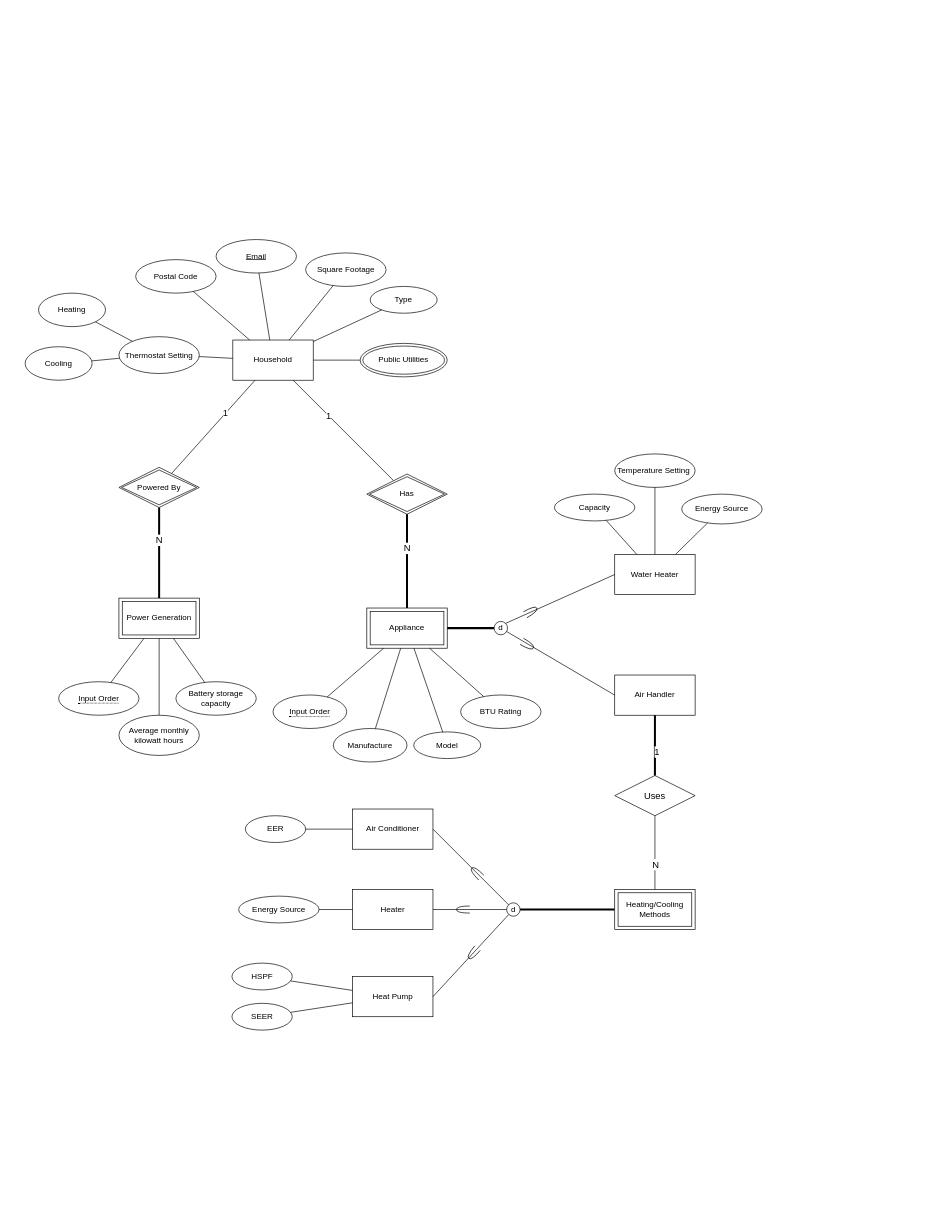
The draw.io diagram EER.drawio in isteven-shu/image-library, before the edit. Source tidied: cells renumbered, new cells numbered last; positions are measured from the earlier drawing's top-left corner, leaving out a move shared by most shapes. Both pictures are drawn from the tidied source at 67%, with x=0, y=0 at pixel (25, 239).
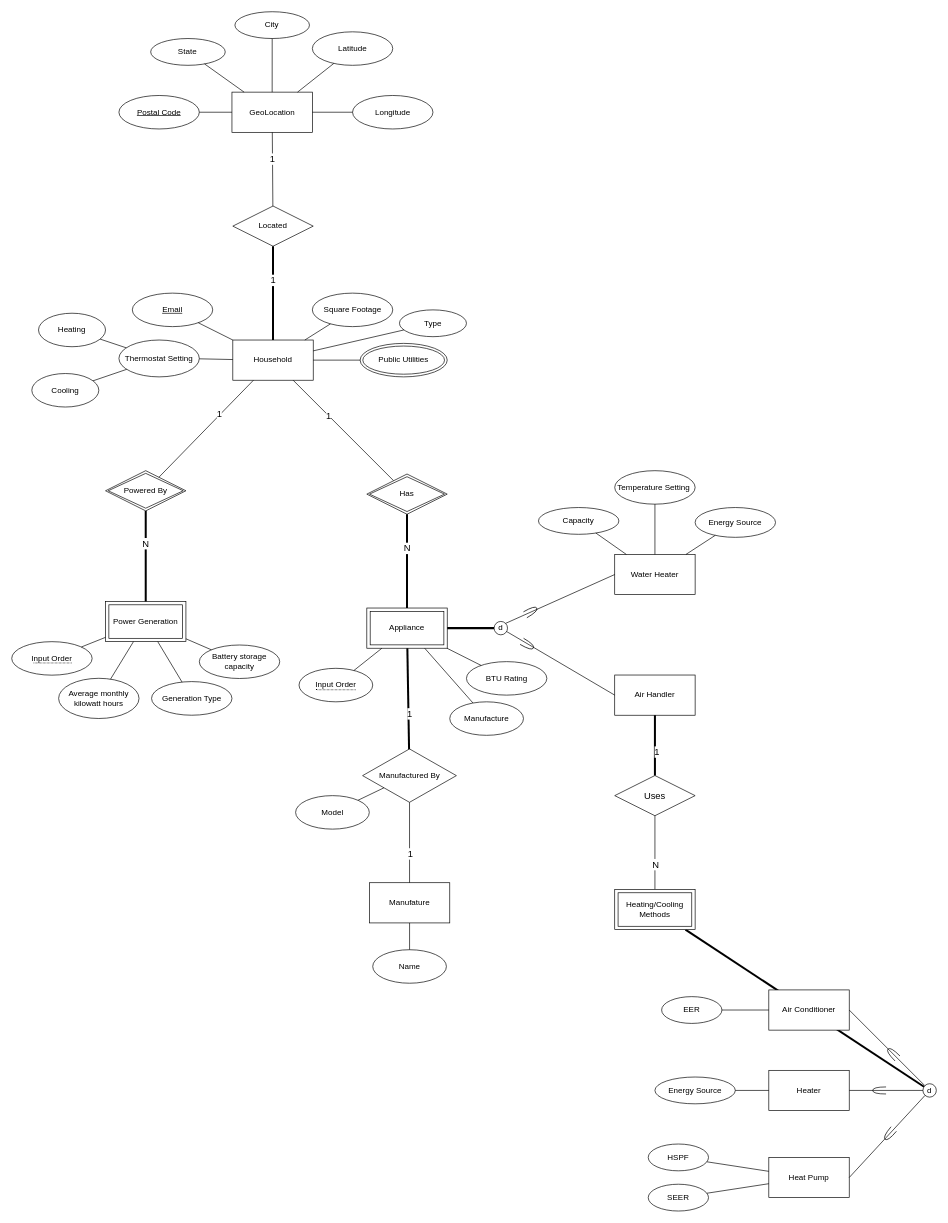
The same diagram, later.

The change refers to these unchanged cells:
```xml
<mxCell id="2" value="Household" style="rounded=0;whiteSpace=wrap;html=1;" parent="1" vertex="1">
  <mxGeometry x="310" y="150" width="120" height="60" as="geometry" />
</mxCell>
<mxCell id="23" value="Appliance" style="shape=ext;margin=3;double=1;whiteSpace=wrap;html=1;align=center;" parent="1" vertex="1">
  <mxGeometry x="510" y="550" width="120" height="60" as="geometry" />
</mxCell>
```

Diff of the diagram source:
```diff
@@
     <mxCell id="3" value="&lt;u&gt;Email&lt;/u&gt;" style="ellipse;whiteSpace=wrap;html=1;" parent="1" vertex="1">
-      <mxGeometry x="285" width="120" height="50" as="geometry" />
+      <mxGeometry x="160" y="80" width="120" height="50" as="geometry" />
     </mxCell>
     <mxCell id="4" value="Square Footage" style="ellipse;whiteSpace=wrap;html=1;" parent="1" vertex="1">
-      <mxGeometry x="418.7" y="20" width="120" height="50" as="geometry" />
+      <mxGeometry x="428.7" y="80" width="120" height="50" as="geometry" />
     </mxCell>
     <mxCell id="5" value="Type" style="ellipse;whiteSpace=wrap;html=1;" parent="1" vertex="1">
-      <mxGeometry x="515" y="70" width="100" height="40" as="geometry" />
+      <mxGeometry x="558.7" y="105" width="100" height="40" as="geometry" />
     </mxCell>
@@
     <mxCell id="7" value="Thermostat Setting" style="ellipse;whiteSpace=wrap;html=1;" parent="1" vertex="1">
-      <mxGeometry x="140" y="145" width="120" height="55" as="geometry" />
+      <mxGeometry x="140" y="150" width="120" height="55" as="geometry" />
     </mxCell>
     <mxCell id="8" value="Heating" style="ellipse;whiteSpace=wrap;html=1;" parent="1" vertex="1">
-      <mxGeometry x="20" y="80" width="100" height="50" as="geometry" />
+      <mxGeometry x="20" y="110" width="100" height="50" as="geometry" />
     </mxCell>
     <mxCell id="9" value="Cooling" style="ellipse;whiteSpace=wrap;html=1;" parent="1" vertex="1">
-      <mxGeometry y="160" width="100" height="50" as="geometry" />
+      <mxGeometry x="10" y="200" width="100" height="50" as="geometry" />
     </mxCell>
-    <mxCell id="10" value="Postal Code" style="ellipse;whiteSpace=wrap;html=1;" parent="1" vertex="1">
-      <mxGeometry x="165" y="30" width="120" height="50" as="geometry" />
-    </mxCell>
@@
-    <mxCell id="14" style="endArrow=none;html=1;rounded=0;" parent="1" edge="1" source="10" target="2">
-      <mxGeometry relative="1" as="geometry" />
-    </mxCell>
@@
     <mxCell id="24" value="&lt;span style=&quot;border-bottom: 1px dotted&quot;&gt;Input Order&lt;/span&gt;" style="ellipse;whiteSpace=wrap;html=1;align=center;" parent="1" vertex="1">
-      <mxGeometry x="370" y="679.8" width="110" height="50" as="geometry" />
+      <mxGeometry x="408.8" y="640" width="110" height="50" as="geometry" />
     </mxCell>
@@
     <mxCell id="28" value="Manufacture" style="ellipse;whiteSpace=wrap;html=1;" parent="1" vertex="1">
-      <mxGeometry x="460" y="729.8" width="110" height="50" as="geometry" />
+      <mxGeometry x="633.8" y="690" width="110" height="50" as="geometry" />
     </mxCell>
@@
-    <mxCell id="30" value="Model" style="ellipse;whiteSpace=wrap;html=1;" parent="1" vertex="1">
-      <mxGeometry x="580" y="734.9" width="100" height="39.8" as="geometry" />
-    </mxCell>
-    <mxCell id="31" style="endArrow=none;html=1;rounded=0;" parent="1" edge="1" source="30" target="23">
-      <mxGeometry relative="1" as="geometry" />
-    </mxCell>
     <mxCell id="32" value="BTU Rating" style="ellipse;whiteSpace=wrap;html=1;" parent="1" vertex="1">
-      <mxGeometry x="650" y="679.8" width="120" height="50" as="geometry" />
+      <mxGeometry x="658.7" y="630" width="120" height="50" as="geometry" />
     </mxCell>
@@
     <mxCell id="38" value="Capacity" style="ellipse;whiteSpace=wrap;html=1;" parent="1" vertex="1">
-      <mxGeometry x="790" y="380" width="120" height="40" as="geometry" />
+      <mxGeometry x="766.2" y="400" width="120" height="40" as="geometry" />
     </mxCell>
     <mxCell id="39" value="Temperature Setting&amp;nbsp;" style="ellipse;whiteSpace=wrap;html=1;" parent="1" vertex="1">
-      <mxGeometry x="880" y="320" width="120" height="50" as="geometry" />
+      <mxGeometry x="880" y="345" width="120" height="50" as="geometry" />
     </mxCell>
     <mxCell id="40" value="Energy Source" style="ellipse;whiteSpace=wrap;html=1;" parent="1" vertex="1">
-      <mxGeometry x="980" y="380" width="120" height="44.5" as="geometry" />
+      <mxGeometry x="1000" y="400" width="120" height="44.5" as="geometry" />
     </mxCell>
@@
     <mxCell id="56" value="d" style="ellipse;whiteSpace=wrap;html=1;" parent="1" vertex="1">
-      <mxGeometry x="718.7" y="990" width="20" height="20" as="geometry" />
+      <mxGeometry x="1340" y="1260" width="20" height="20" as="geometry" />
     </mxCell>
     <mxCell id="57" value="Air Conditioner" style="rounded=0;whiteSpace=wrap;html=1;" parent="1" vertex="1">
-      <mxGeometry x="488.7" y="850" width="120" height="60" as="geometry" />
+      <mxGeometry x="1110" y="1120" width="120" height="60" as="geometry" />
     </mxCell>
     <mxCell id="58" value="Heater" style="rounded=0;whiteSpace=wrap;html=1;" parent="1" vertex="1">
-      <mxGeometry x="488.7" y="970" width="120" height="60" as="geometry" />
+      <mxGeometry x="1110" y="1240" width="120" height="60" as="geometry" />
     </mxCell>
     <mxCell id="59" value="Heat Pump" style="rounded=0;whiteSpace=wrap;html=1;" parent="1" vertex="1">
-      <mxGeometry x="488.7" y="1100" width="120" height="60" as="geometry" />
+      <mxGeometry x="1110" y="1370" width="120" height="60" as="geometry" />
     </mxCell>
@@
     <mxCell id="63" style="shape=requiredInterface;html=1;verticalLabelPosition=bottom;sketch=0;labelBackgroundColor=#FFFFFF;fontSize=14;rotation=-135;" parent="1" vertex="1">
-      <mxGeometry x="663.7" y="940" width="20" height="10.5" as="geometry" />
+      <mxGeometry x="1285" y="1210" width="20" height="10.5" as="geometry" />
     </mxCell>
     <mxCell id="64" style="shape=requiredInterface;html=1;verticalLabelPosition=bottom;sketch=0;labelBackgroundColor=#FFFFFF;fontSize=14;rotation=-180;" parent="1" vertex="1">
-      <mxGeometry x="643.7" y="994.8" width="20" height="10.5" as="geometry" />
+      <mxGeometry x="1265" y="1264.8" width="20" height="10.5" as="geometry" />
     </mxCell>
     <mxCell id="65" style="shape=requiredInterface;html=1;verticalLabelPosition=bottom;sketch=0;labelBackgroundColor=#FFFFFF;fontSize=14;rotation=-230;" parent="1" vertex="1">
-      <mxGeometry x="658.7" y="1060" width="20" height="10.5" as="geometry" />
+      <mxGeometry x="1280" y="1330" width="20" height="10.5" as="geometry" />
     </mxCell>
     <mxCell id="66" value="EER" style="ellipse;whiteSpace=wrap;html=1;" parent="1" vertex="1">
-      <mxGeometry x="328.7" y="860" width="90" height="40" as="geometry" />
+      <mxGeometry x="950" y="1130" width="90" height="40" as="geometry" />
     </mxCell>
@@
     <mxCell id="68" value="Energy Source" style="ellipse;whiteSpace=wrap;html=1;" parent="1" vertex="1">
-      <mxGeometry x="318.7" y="980" width="120" height="40" as="geometry" />
+      <mxGeometry x="940" y="1250" width="120" height="40" as="geometry" />
     </mxCell>
@@
     <mxCell id="70" value="SEER" style="ellipse;whiteSpace=wrap;html=1;" parent="1" vertex="1">
-      <mxGeometry x="308.7" y="1140" width="90" height="40" as="geometry" />
+      <mxGeometry x="930" y="1410" width="90" height="40" as="geometry" />
     </mxCell>
     <mxCell id="71" value="HSPF" style="ellipse;whiteSpace=wrap;html=1;" parent="1" vertex="1">
-      <mxGeometry x="308.7" y="1080" width="90" height="40" as="geometry" />
+      <mxGeometry x="930" y="1350" width="90" height="40" as="geometry" />
     </mxCell>
@@
     <mxCell id="74" value="Powered By" style="shape=rhombus;double=1;perimeter=rhombusPerimeter;whiteSpace=wrap;html=1;align=center;" parent="1" vertex="1">
-      <mxGeometry x="140" y="340" width="120" height="60" as="geometry" />
+      <mxGeometry x="120" y="345" width="120" height="60" as="geometry" />
     </mxCell>
@@
     <mxCell id="77" value="Power Generation" style="shape=ext;margin=3;double=1;whiteSpace=wrap;html=1;align=center;" parent="1" vertex="1">
-      <mxGeometry x="140" y="535.2" width="120" height="60" as="geometry" />
+      <mxGeometry x="120" y="540.2" width="120" height="60" as="geometry" />
     </mxCell>
@@
     <mxCell id="80" value="&lt;span style=&quot;border-bottom: 1px dotted&quot;&gt;Input Order&lt;/span&gt;" style="ellipse;whiteSpace=wrap;html=1;align=center;" parent="1" vertex="1">
-      <mxGeometry x="50" y="660" width="120" height="50" as="geometry" />
+      <mxGeometry x="-20" y="600.2" width="120" height="50" as="geometry" />
     </mxCell>
     <mxCell id="81" value="Average monthly&lt;br/&gt;kilowatt hours&lt;br/&gt;" style="ellipse;whiteSpace=wrap;html=1;" parent="1" vertex="1">
-      <mxGeometry x="140" y="710" width="120" height="60" as="geometry" />
+      <mxGeometry x="50" y="654.9" width="120" height="60" as="geometry" />
     </mxCell>
     <mxCell id="82" value="Battery storage&lt;br/&gt;capacity" style="ellipse;whiteSpace=wrap;html=1;" parent="1" vertex="1">
-      <mxGeometry x="225" y="660" width="120" height="50" as="geometry" />
+      <mxGeometry x="260" y="605.2" width="120" height="50" as="geometry" />
     </mxCell>
@@
+    <mxCell id="87" value="Generation Type" style="ellipse;whiteSpace=wrap;html=1;" parent="1" vertex="1">
+      <mxGeometry x="188.7" y="659.8" width="120" height="50.2" as="geometry" />
+    </mxCell>
+    <mxCell id="88" style="endArrow=none;html=1;rounded=0;" parent="1" edge="1" source="87" target="77">
+      <mxGeometry relative="1" as="geometry" />
+    </mxCell>
+    <mxCell id="89" value="GeoLocation" style="rounded=0;whiteSpace=wrap;html=1;" parent="1" vertex="1">
+      <mxGeometry x="308.7" y="-220" width="120" height="60" as="geometry" />
+    </mxCell>
+    <mxCell id="90" value="Located" style="shape=rhombus;perimeter=rhombusPerimeter;whiteSpace=wrap;html=1;align=center;" parent="1" vertex="1">
+      <mxGeometry x="310" y="-50" width="120" height="60" as="geometry" />
+    </mxCell>
+    <mxCell id="91" style="endArrow=none;html=1;rounded=0;strokeWidth=3;" parent="1" edge="1" source="90" target="2">
+      <mxGeometry relative="1" as="geometry" />
+    </mxCell>
+    <mxCell id="92" value="1" style="edgeLabel;html=1;align=center;verticalAlign=middle;fontSize=14;" parent="91" vertex="1">
+      <mxGeometry x="-0.29" y="-1" relative="1" as="geometry" />
+    </mxCell>
+    <mxCell id="93" style="endArrow=none;html=1;rounded=0;" parent="1" edge="1" source="89" target="90">
+      <mxGeometry relative="1" as="geometry" />
+    </mxCell>
+    <mxCell id="94" value="1" style="edgeLabel;html=1;align=center;verticalAlign=middle;fontSize=14;" parent="93" vertex="1">
+      <mxGeometry x="-0.29" y="-1" relative="1" as="geometry" />
+    </mxCell>
+    <mxCell id="10" value="&lt;u&gt;Postal Code&lt;/u&gt;" style="ellipse;whiteSpace=wrap;html=1;" parent="1" vertex="1">
+      <mxGeometry x="140" y="-215" width="120" height="50" as="geometry" />
+    </mxCell>
+    <mxCell id="95" style="endArrow=none;html=1;rounded=0;" parent="1" edge="1" source="10" target="89">
+      <mxGeometry relative="1" as="geometry" />
+    </mxCell>
+    <mxCell id="96" value="State" style="ellipse;whiteSpace=wrap;html=1;" parent="1" vertex="1">
+      <mxGeometry x="187.4" y="-300" width="111.3" height="40" as="geometry" />
+    </mxCell>
+    <mxCell id="97" value="City" style="ellipse;whiteSpace=wrap;html=1;" parent="1" vertex="1">
+      <mxGeometry x="313.1" y="-340" width="111.3" height="40" as="geometry" />
+    </mxCell>
+    <mxCell id="98" value="Latitude" style="ellipse;whiteSpace=wrap;html=1;" parent="1" vertex="1">
+      <mxGeometry x="428.7" y="-310" width="120" height="50" as="geometry" />
+    </mxCell>
+    <mxCell id="99" value="Longitude" style="ellipse;whiteSpace=wrap;html=1;" parent="1" vertex="1">
+      <mxGeometry x="488.7" y="-215" width="120" height="50" as="geometry" />
+    </mxCell>
+    <mxCell id="100" style="endArrow=none;html=1;rounded=0;" parent="1" edge="1" source="96" target="89">
+      <mxGeometry relative="1" as="geometry" />
+    </mxCell>
+    <mxCell id="101" style="endArrow=none;html=1;rounded=0;" parent="1" edge="1" source="97" target="89">
+      <mxGeometry relative="1" as="geometry" />
+    </mxCell>
+    <mxCell id="102" style="endArrow=none;html=1;rounded=0;" parent="1" edge="1" source="98" target="89">
+      <mxGeometry relative="1" as="geometry" />
+    </mxCell>
+    <mxCell id="103" style="endArrow=none;html=1;rounded=0;" parent="1" edge="1" source="89" target="99">
+      <mxGeometry relative="1" as="geometry" />
+    </mxCell>
+    <mxCell id="104" value="Manufature" style="rounded=0;whiteSpace=wrap;html=1;" parent="1" vertex="1">
+      <mxGeometry x="513.8" y="960" width="120" height="60" as="geometry" />
+    </mxCell>
+    <mxCell id="105" value="Manufactured By" style="shape=rhombus;perimeter=rhombusPerimeter;whiteSpace=wrap;html=1;align=center;" parent="1" vertex="1">
+      <mxGeometry x="503.7" y="760.3" width="140" height="79.7" as="geometry" />
+    </mxCell>
+    <mxCell id="106" style="endArrow=none;html=1;rounded=0;strokeWidth=3;" parent="1" edge="1" source="105" target="23">
+      <mxGeometry relative="1" as="geometry" />
+    </mxCell>
+    <mxCell id="107" value="1" style="edgeLabel;html=1;align=center;verticalAlign=middle;fontSize=14;" parent="106" vertex="1">
+      <mxGeometry x="-0.29" y="-1" relative="1" as="geometry" />
+    </mxCell>
+    <mxCell id="108" style="endArrow=none;html=1;rounded=0;" parent="1" edge="1" source="104" target="105">
+      <mxGeometry relative="1" as="geometry" />
+    </mxCell>
+    <mxCell id="109" value="1" style="edgeLabel;html=1;align=center;verticalAlign=middle;fontSize=14;" parent="108" vertex="1">
+      <mxGeometry x="-0.29" y="-1" relative="1" as="geometry" />
+    </mxCell>
+    <mxCell id="110" value="Name" style="ellipse;whiteSpace=wrap;html=1;" parent="1" vertex="1">
+      <mxGeometry x="518.8" y="1060" width="110" height="50" as="geometry" />
+    </mxCell>
+    <mxCell id="111" style="endArrow=none;html=1;rounded=0;" parent="1" edge="1" source="110" target="104">
+      <mxGeometry relative="1" as="geometry" />
+    </mxCell>
+    <mxCell id="30" value="Model" style="ellipse;whiteSpace=wrap;html=1;" parent="1" vertex="1">
+      <mxGeometry x="403.7" y="830" width="110" height="50" as="geometry" />
+    </mxCell>
+    <mxCell id="112" style="endArrow=none;html=1;rounded=0;" parent="1" edge="1" source="30" target="105">
+      <mxGeometry relative="1" as="geometry" />
+    </mxCell>
```
